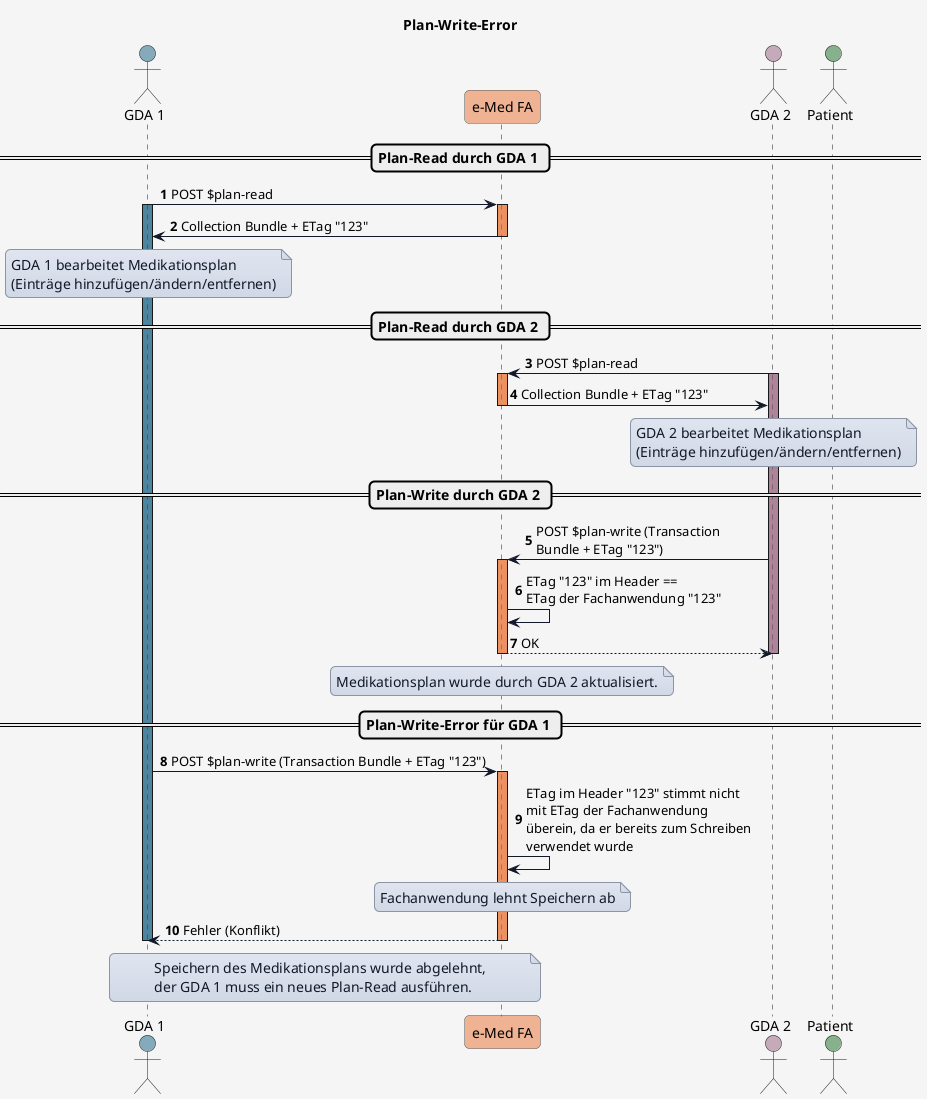
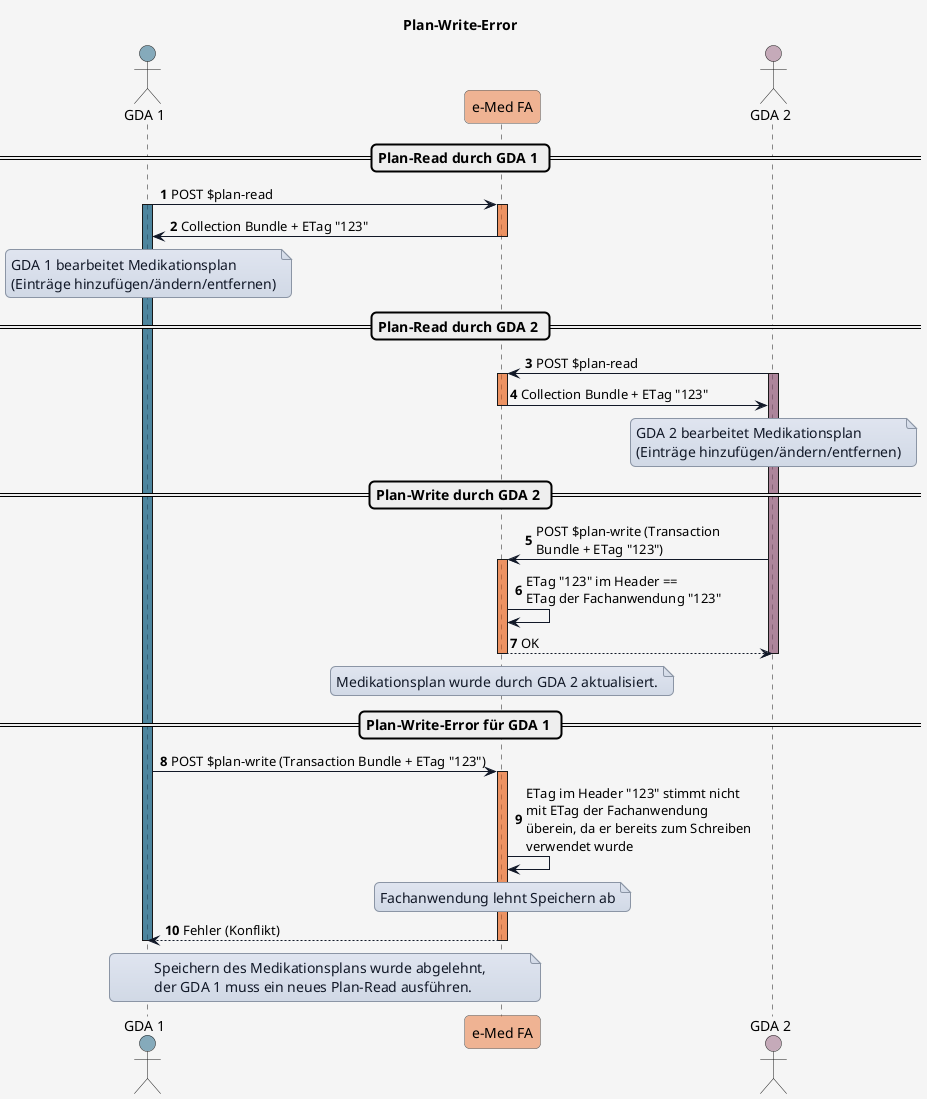
@startuml

title Plan-Write-Error

'skinparam actorStyle awesome

skinparam borderColor #000000
skinparam backgroundColor #f5f5f5
skinparam shadowing false
skinparam roundCorner 10
skinparam defaultFontName "Arial"
skinparam defaultFontSize 14
skinparam defaultFontColor #000000
skinparam HyperlinkColor #0000EE
skinparam HyperlinkUnderline false
skinparam BoxPadding 20
skinparam BoxBorderColor #555555

skinparam note {
  BackgroundColor #e0e5f0-#d1d9e6
  BorderColor #8b95a5
  BorderThickness 1
  RoundCorner 0
  Padding 6
  FontColor #111827
  Shadowing false
}

skinparam sequence {
  ParticipantBorderColor #555555
  ParticipantBackgroundColor #ffffff
  ParticipantFontColor #000000
  ParticipantFontSize 14
  ParticipantPadding 20
  ArrowColor #111827
  ArrowThickness 1
  ArrowFontColor #000000
  ArrowFontSize 13
  GroupBorderColor #111827
  GroupBackgroundColor #eef2ff
  GroupBorderThickness 2
}

!define COLOR_GDA_1    #15608280
!define COLOR_GDA_2    #96607D80
!define COLOR_PATIENT  #196B2480
!define COLOR_APO      #0F9ED590
!define COLOR_EMED_FA  #E9713280
!define COLOR_E_REZEPT #C0504D80

!define COLOR_OK       #0F9ED525
!define COLOR_ERROR    #E9713235

actor GDA_1 as "GDA 1" COLOR_GDA_1
participant eMed_FA as "e-Med FA" COLOR_EMED_FA
actor GDA_2 as "GDA 2" COLOR_GDA_2
- actor Patient as "Patient" COLOR_PATIENT

autonumber

== Plan-Read durch GDA 1 ==

GDA_1 -> eMed_FA: POST $plan-read
activate GDA_1 COLOR_GDA_1

activate eMed_FA COLOR_EMED_FA
eMed_FA -> GDA_1: Collection Bundle + ETag "123"
deactivate eMed_FA

note over GDA_1
GDA 1 bearbeitet Medikationsplan
(Einträge hinzufügen/ändern/entfernen)
end note

== Plan-Read durch GDA 2 ==

GDA_2 -> eMed_FA: POST $plan-read
activate GDA_2 COLOR_GDA_2

activate eMed_FA COLOR_EMED_FA

eMed_FA -> GDA_2: Collection Bundle + ETag "123"
deactivate eMed_FA

note over GDA_2
GDA 2 bearbeitet Medikationsplan
(Einträge hinzufügen/ändern/entfernen)
end note

== Plan-Write durch GDA 2 ==

GDA_2 -> eMed_FA: POST $plan-write (Transaction\nBundle + ETag "123")

activate eMed_FA COLOR_EMED_FA
eMed_FA -> eMed_FA: ETag "123" im Header ==\nETag der Fachanwendung "123"
eMed_FA --> GDA_2: OK
deactivate GDA_2

note over eMed_FA
Medikationsplan wurde durch GDA 2 aktualisiert.
end note

deactivate eMed_FA

== Plan-Write-Error für GDA 1 ==

GDA_1 -> eMed_FA: POST $plan-write (Transaction Bundle + ETag "123")

activate eMed_FA COLOR_EMED_FA
eMed_FA -> eMed_FA: ETag im Header "123" stimmt nicht\nmit ETag der Fachanwendung\nüberein, da er bereits zum Schreiben\nverwendet wurde
note over eMed_FA
Fachanwendung lehnt Speichern ab
end note
eMed_FA --> GDA_1: Fehler (Konflikt)
deactivate GDA_1
note over eMed_FA, GDA_1
Speichern des Medikationsplans wurde abgelehnt,
der GDA 1 muss ein neues Plan-Read ausführen.
end note

deactivate eMed_FA

@enduml